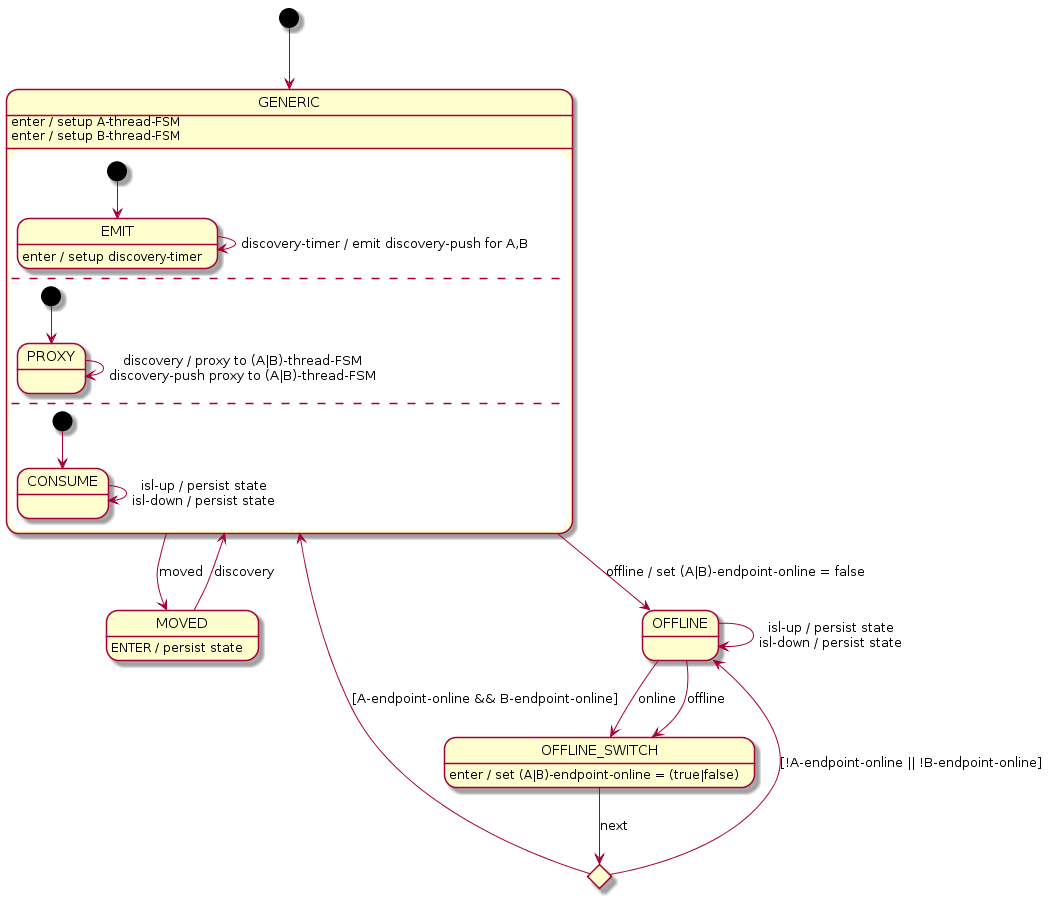
Before: docs/design/network-discovery/ISL-FSM.png, a diagram exported from PlantUML (jangwonpark74/open-kilda).
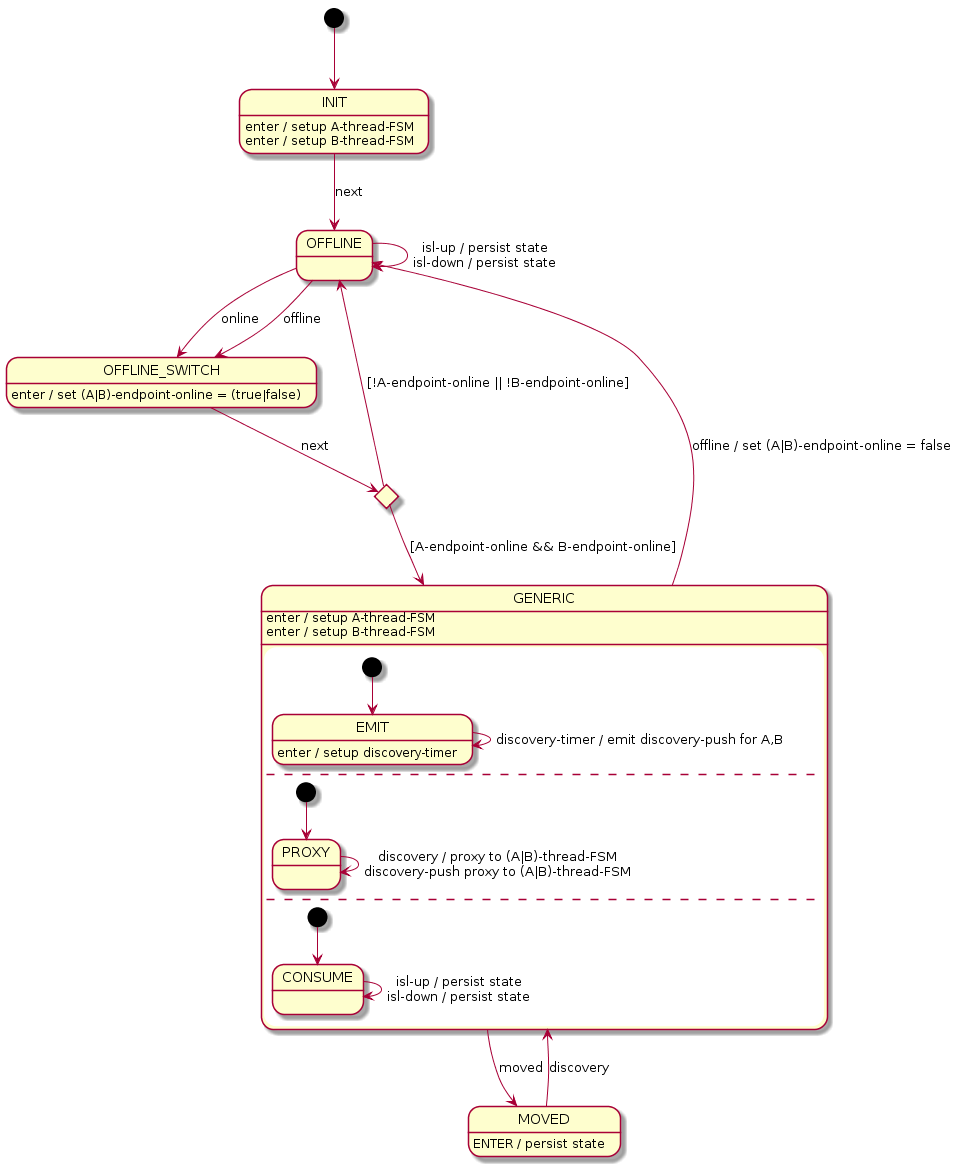
Later version of the same file.

Diff of the diagram source:
```diff
@@ -1,5 +1,9 @@
 @startuml
-[*] --> GENERIC
+[*] --> INIT
+
+INIT --> OFFLINE : next
+INIT : enter / setup A-thread-FSM
+INIT : enter / setup B-thread-FSM
 
 state GENERIC {
     GENERIC : enter / setup A-thread-FSM
```
